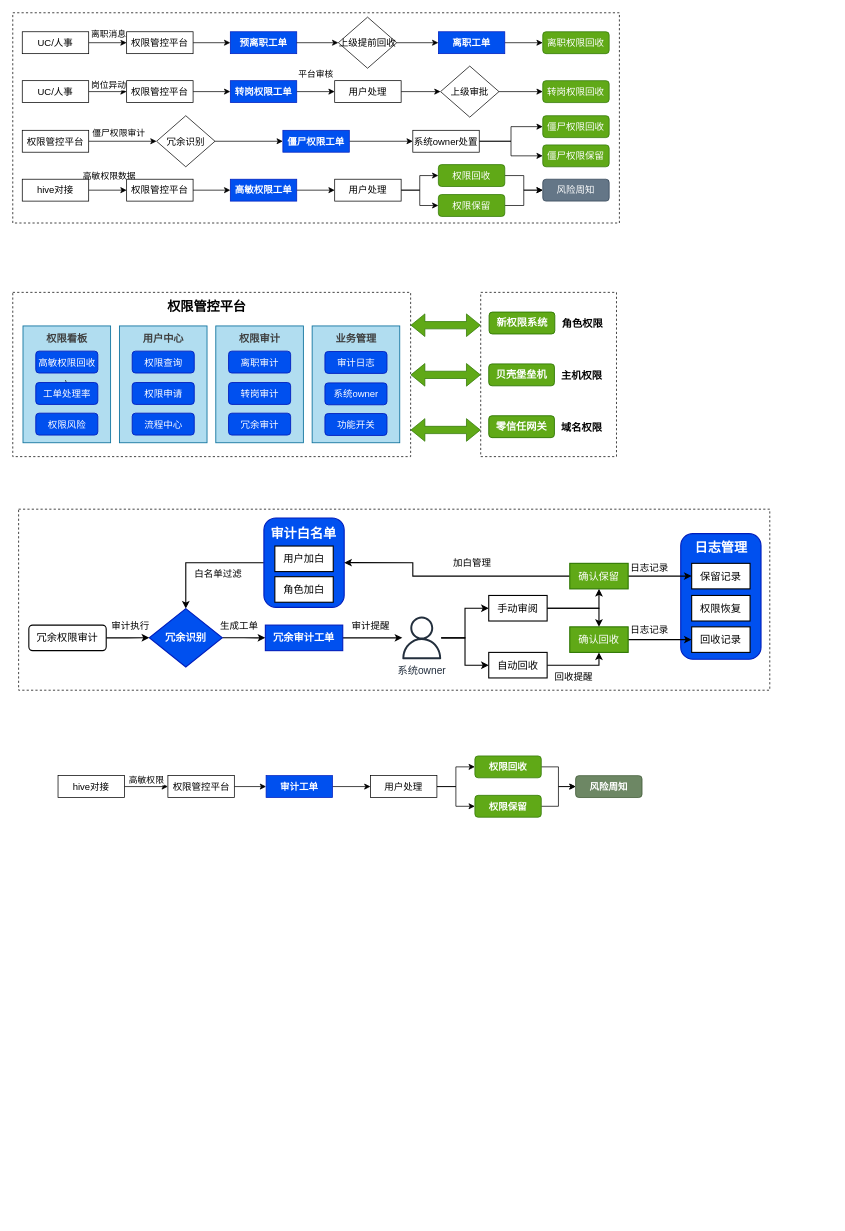
Above: page "述职" (11 of 11) of 权限审计.drawio in zpxiao-ios/hello-world (draw.io), before the change. Source tidied: cells renumbered, new cells numbered last; positions are measured from the earlier drawing's top-left corner, leaving out a move shared by most shapes. Both pictures are drawn from the tidied source at 73%, with x=0, y=0 at pixel (12, 12).
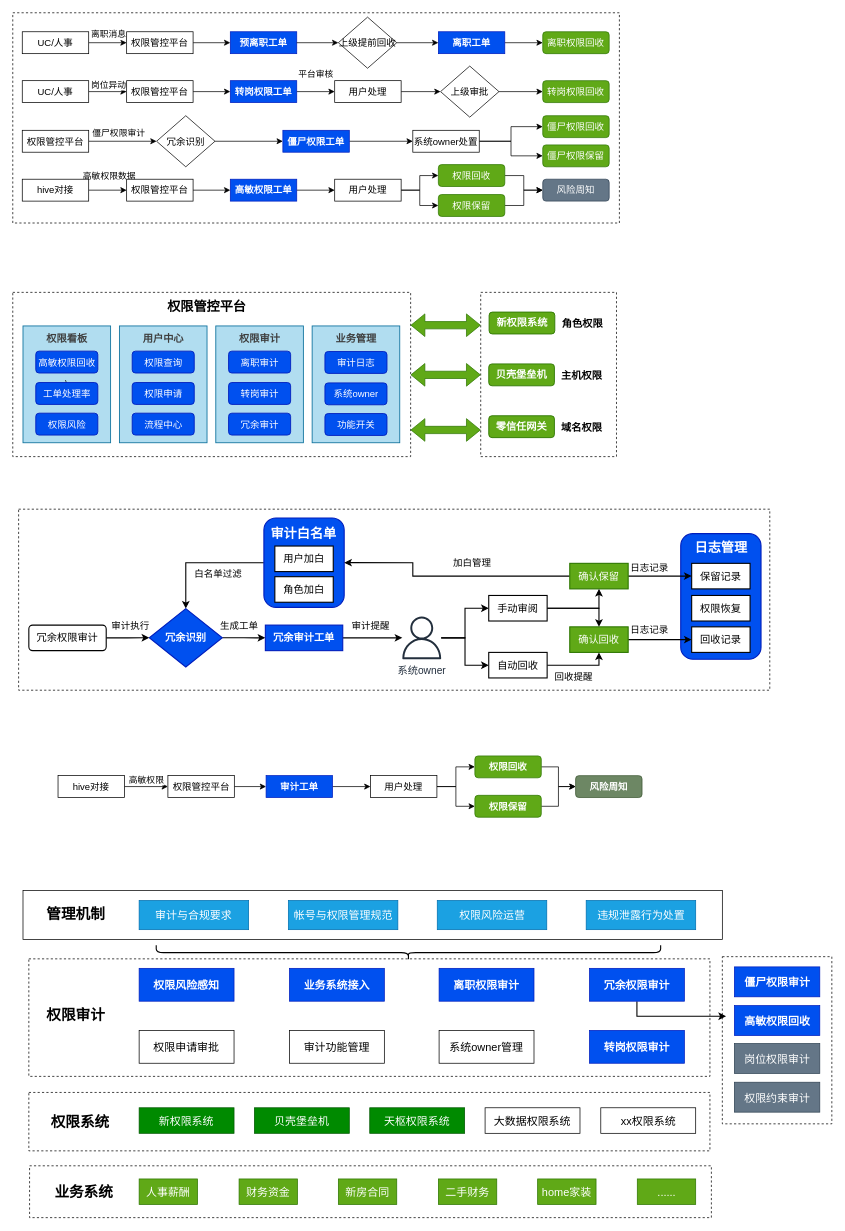
The same diagram, later.

Commit message:
更新权限审计.drawio

Diff of the diagram source:
```diff
@@
+    <mxCell id="140" style="rounded=0;whiteSpace=wrap;html=1;dashed=1;" parent="1" vertex="1">
+      <mxGeometry x="972" y="1293" width="150" height="229" as="geometry" />
+    </mxCell>
+    <mxCell id="141" style="rounded=0;whiteSpace=wrap;html=1;dashed=1;" parent="1" vertex="1">
+      <mxGeometry x="23" y="1579.5" width="934" height="71" as="geometry" />
+    </mxCell>
+    <mxCell id="142" style="rounded=0;whiteSpace=wrap;html=1;dashed=1;" parent="1" vertex="1">
+      <mxGeometry x="22" y="1479" width="933" height="80" as="geometry" />
+    </mxCell>
+    <mxCell id="143" style="rounded=0;whiteSpace=wrap;html=1;dashed=1;" parent="1" vertex="1">
+      <mxGeometry x="22" y="1296" width="933" height="161" as="geometry" />
+    </mxCell>
+    <mxCell id="144" style="rounded=0;whiteSpace=wrap;html=1;" parent="1" vertex="1">
+      <mxGeometry x="14" y="1202.5" width="958" height="67" as="geometry" />
+    </mxCell>
@@
+    <mxCell id="145" value="审计与合规要求" style="rounded=0;whiteSpace=wrap;html=1;fontSize=15;flipH=1;fontStyle=0;fillColor=#1ba1e2;fontColor=#ffffff;strokeColor=#006EAF;" parent="1" vertex="1">
+      <mxGeometry x="173.1" y="1216" width="150" height="40" as="geometry" />
+    </mxCell>
+    <mxCell id="146" value="帐号与权限管理规范" style="rounded=0;whiteSpace=wrap;html=1;fontSize=15;flipH=1;fontStyle=0;fillColor=#1ba1e2;fontColor=#ffffff;strokeColor=#006EAF;" parent="1" vertex="1">
+      <mxGeometry x="377.5" y="1216" width="150" height="40" as="geometry" />
+    </mxCell>
+    <mxCell id="147" value="权限风险运营" style="rounded=0;whiteSpace=wrap;html=1;fontSize=15;flipH=1;fontStyle=0;fillColor=#1ba1e2;strokeColor=#006EAF;fontColor=#ffffff;" parent="1" vertex="1">
+      <mxGeometry x="581.5" y="1216" width="150" height="40" as="geometry" />
+    </mxCell>
+    <mxCell id="148" value="违规泄露行为处置" style="rounded=0;whiteSpace=wrap;html=1;fontSize=15;flipH=1;fontStyle=0;fillColor=#1ba1e2;fontColor=#ffffff;strokeColor=#006EAF;" parent="1" vertex="1">
+      <mxGeometry x="785.5" y="1216" width="150" height="40" as="geometry" />
+    </mxCell>
+    <mxCell id="149" value="权限风险感知" style="rounded=0;whiteSpace=wrap;html=1;fontSize=15;flipH=1;fillColor=#0050ef;fontColor=#ffffff;strokeColor=#001DBC;fontStyle=1;" parent="1" vertex="1">
+      <mxGeometry x="173.1" y="1309" width="130" height="45" as="geometry" />
+    </mxCell>
+    <mxCell id="150" style="edgeStyle=orthogonalEdgeStyle;rounded=0;jettySize=auto;html=1;exitX=0.5;exitY=1;exitDx=0;exitDy=0;entryX=0.034;entryY=0.356;entryDx=0;entryDy=0;entryPerimeter=0;strokeWidth=1.5;" parent="1" edge="1" source="151" target="140">
+      <mxGeometry relative="1" as="geometry" />
+    </mxCell>
+    <mxCell id="151" value="冗余权限审计" style="rounded=0;whiteSpace=wrap;html=1;fontSize=15;flipH=1;fillColor=#0050ef;fontColor=#ffffff;strokeColor=#001DBC;fontStyle=1;" parent="1" vertex="1">
+      <mxGeometry x="790" y="1309" width="130" height="45" as="geometry" />
+    </mxCell>
+    <mxCell id="152" value="高敏权限回收" style="rounded=0;whiteSpace=wrap;html=1;fontSize=15;flipH=1;fillColor=#0050ef;fontColor=#ffffff;strokeColor=#001DBC;fontStyle=1;" parent="1" vertex="1">
+      <mxGeometry x="988.5" y="1360" width="117" height="41" as="geometry" />
+    </mxCell>
+    <mxCell id="153" value="转岗权限审计" style="rounded=0;whiteSpace=wrap;html=1;fontSize=15;flipH=1;fillColor=#0050ef;fontColor=#ffffff;strokeColor=#001DBC;fontStyle=1;" parent="1" vertex="1">
+      <mxGeometry x="790" y="1394" width="130" height="45" as="geometry" />
+    </mxCell>
+    <mxCell id="154" value="离职权限审计" style="rounded=0;whiteSpace=wrap;html=1;fontSize=15;flipH=1;fillColor=#0050ef;fontColor=#ffffff;strokeColor=#001DBC;fontStyle=1;" parent="1" vertex="1">
+      <mxGeometry x="584" y="1309" width="130" height="45" as="geometry" />
+    </mxCell>
+    <mxCell id="155" value="系统owner管理" style="rounded=0;whiteSpace=wrap;html=1;fontSize=15;flipH=1;" parent="1" vertex="1">
+      <mxGeometry x="584" y="1394" width="130" height="45" as="geometry" />
+    </mxCell>
+    <mxCell id="156" value="权限申请审批" style="rounded=0;whiteSpace=wrap;html=1;fontSize=15;flipH=1;" parent="1" vertex="1">
+      <mxGeometry x="173.1" y="1394" width="130" height="45" as="geometry" />
+    </mxCell>
+    <mxCell id="157" value="业务系统接入" style="rounded=0;whiteSpace=wrap;html=1;fontSize=15;flipH=1;fillColor=#0050ef;fontColor=#ffffff;strokeColor=#001DBC;fontStyle=1;" parent="1" vertex="1">
+      <mxGeometry x="379" y="1309" width="130" height="45" as="geometry" />
+    </mxCell>
+    <mxCell id="158" value="审计功能管理" style="rounded=0;whiteSpace=wrap;html=1;fontSize=15;flipH=1;" parent="1" vertex="1">
+      <mxGeometry x="379" y="1394" width="130" height="45" as="geometry" />
+    </mxCell>
+    <mxCell id="159" value="新权限系统" style="rounded=0;whiteSpace=wrap;html=1;fontSize=15;flipH=1;fillColor=#008a00;fontColor=#ffffff;strokeColor=#005700;" parent="1" vertex="1">
+      <mxGeometry x="173.1" y="1500" width="130" height="35" as="geometry" />
+    </mxCell>
+    <mxCell id="160" value="贝壳堡垒机" style="rounded=0;whiteSpace=wrap;html=1;fontSize=15;flipH=1;fillColor=#008a00;fontColor=#ffffff;strokeColor=#005700;" parent="1" vertex="1">
+      <mxGeometry x="331" y="1500" width="130" height="35" as="geometry" />
+    </mxCell>
+    <mxCell id="161" value="天枢权限系统" style="rounded=0;whiteSpace=wrap;html=1;fontSize=15;flipH=1;fillColor=#008a00;fontColor=#ffffff;strokeColor=#005700;" parent="1" vertex="1">
+      <mxGeometry x="489" y="1500" width="130" height="35" as="geometry" />
+    </mxCell>
+    <mxCell id="162" value="大数据权限系统" style="rounded=0;whiteSpace=wrap;html=1;fontSize=15;flipH=1;" parent="1" vertex="1">
+      <mxGeometry x="647" y="1500" width="130" height="35" as="geometry" />
+    </mxCell>
+    <mxCell id="163" value="xx权限系统" style="rounded=0;whiteSpace=wrap;html=1;fontSize=15;flipH=1;" parent="1" vertex="1">
+      <mxGeometry x="805.5" y="1500" width="130" height="35" as="geometry" />
+    </mxCell>
+    <mxCell id="164" value="人事薪酬" style="rounded=0;whiteSpace=wrap;html=1;fontSize=15;flipH=1;fillColor=#60a917;fontColor=#ffffff;strokeColor=#2D7600;" parent="1" vertex="1">
+      <mxGeometry x="173.1" y="1597.5" width="80" height="35" as="geometry" />
+    </mxCell>
+    <mxCell id="165" value="财务资金" style="rounded=0;whiteSpace=wrap;html=1;fontSize=15;flipH=1;fillColor=#60a917;fontColor=#ffffff;strokeColor=#2D7600;" parent="1" vertex="1">
+      <mxGeometry x="310" y="1597.5" width="80" height="35" as="geometry" />
+    </mxCell>
+    <mxCell id="166" value="新房合同" style="rounded=0;whiteSpace=wrap;html=1;fontSize=15;flipH=1;fillColor=#60a917;fontColor=#ffffff;strokeColor=#2D7600;" parent="1" vertex="1">
+      <mxGeometry x="446" y="1597.5" width="80" height="35" as="geometry" />
+    </mxCell>
+    <mxCell id="167" value="二手财务" style="rounded=0;whiteSpace=wrap;html=1;fontSize=15;flipH=1;fillColor=#60a917;fontColor=#ffffff;strokeColor=#2D7600;" parent="1" vertex="1">
+      <mxGeometry x="583" y="1597.5" width="80" height="35" as="geometry" />
+    </mxCell>
+    <mxCell id="168" value="home家装" style="rounded=0;whiteSpace=wrap;html=1;fontSize=15;flipH=1;fillColor=#60a917;fontColor=#ffffff;strokeColor=#2D7600;" parent="1" vertex="1">
+      <mxGeometry x="719" y="1597.5" width="80" height="35" as="geometry" />
+    </mxCell>
+    <mxCell id="169" value="......" style="rounded=0;whiteSpace=wrap;html=1;fontSize=15;flipH=1;fillColor=#60a917;fontColor=#ffffff;strokeColor=#2D7600;" parent="1" vertex="1">
+      <mxGeometry x="855.5" y="1597.5" width="80" height="35" as="geometry" />
+    </mxCell>
+    <mxCell id="170" value="&lt;font style=&quot;font-size: 20px;&quot;&gt;管理机制&lt;/font&gt;" style="text;html=1;align=center;verticalAlign=middle;strokeColor=none;fillColor=none;fontStyle=1;" parent="1" vertex="1">
+      <mxGeometry x="37" y="1215.5" width="98" height="36" as="geometry" />
+    </mxCell>
+    <mxCell id="171" value="&lt;font style=&quot;font-size: 20px;&quot;&gt;权限审计&lt;/font&gt;" style="text;html=1;align=center;verticalAlign=middle;strokeColor=none;fillColor=none;fontStyle=1;" parent="1" vertex="1">
+      <mxGeometry x="37" y="1354" width="98" height="36" as="geometry" />
+    </mxCell>
+    <mxCell id="172" value="&lt;font style=&quot;font-size: 20px;&quot;&gt;权限系统&lt;/font&gt;" style="text;html=1;align=center;verticalAlign=middle;strokeColor=none;fillColor=none;fontStyle=1;" parent="1" vertex="1">
+      <mxGeometry x="43" y="1500.5" width="98" height="36" as="geometry" />
+    </mxCell>
+    <mxCell id="173" value="&lt;font style=&quot;font-size: 20px;&quot;&gt;业务系统&lt;/font&gt;" style="text;html=1;align=center;verticalAlign=middle;strokeColor=none;fillColor=none;fontStyle=1;" parent="1" vertex="1">
+      <mxGeometry x="48.1" y="1597" width="98" height="36" as="geometry" />
+    </mxCell>
+    <mxCell id="174" value="僵尸权限审计" style="rounded=0;whiteSpace=wrap;html=1;fontSize=15;flipH=1;fillColor=#0050ef;fontColor=#ffffff;strokeColor=#001DBC;fontStyle=1;" parent="1" vertex="1">
+      <mxGeometry x="988.5" y="1307" width="117" height="41" as="geometry" />
+    </mxCell>
+    <mxCell id="175" value="岗位权限审计" style="rounded=0;whiteSpace=wrap;html=1;fontSize=15;flipH=1;fillColor=#647687;fontColor=#ffffff;strokeColor=#314354;" parent="1" vertex="1">
+      <mxGeometry x="988.5" y="1412" width="117" height="41" as="geometry" />
+    </mxCell>
+    <mxCell id="176" value="权限约束审计" style="rounded=0;whiteSpace=wrap;html=1;fontSize=15;flipH=1;fillColor=#647687;fontColor=#ffffff;strokeColor=#314354;" parent="1" vertex="1">
+      <mxGeometry x="988.5" y="1465" width="117" height="41" as="geometry" />
+    </mxCell>
+    <mxCell id="177" style="shape=curlyBracket;whiteSpace=wrap;html=1;rounded=1;labelPosition=left;verticalLabelPosition=middle;align=right;verticalAlign=middle;rotation=270;fontStyle=1;strokeWidth=1.5;" parent="1" vertex="1">
+      <mxGeometry x="532" y="942" width="20" height="691" as="geometry" />
+    </mxCell>
```
